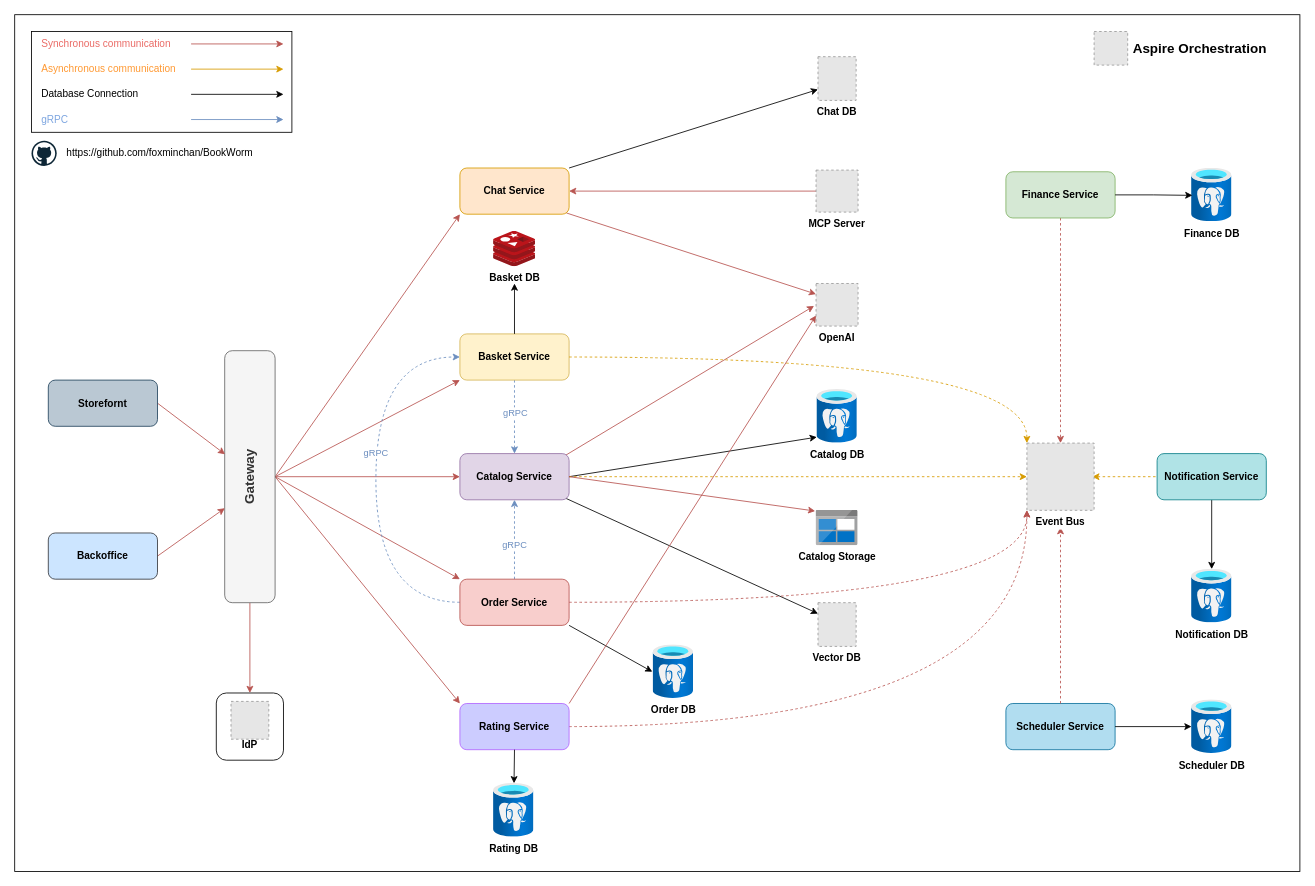
foxminchan/BookWorm keeps this draw.io diagram as assets/BookWorm.drawio. Above is the earlier version. Source tidied: cells renumbered, new cells numbered last; positions are measured from the earlier drawing's top-left corner, leaving out a move shared by most shapes. Both pictures are drawn from the tidied source at 84%, with x=0, y=0 at pixel (14, 14). Pictures stored in the file or linked from it are replaced by grey dashed boxes.
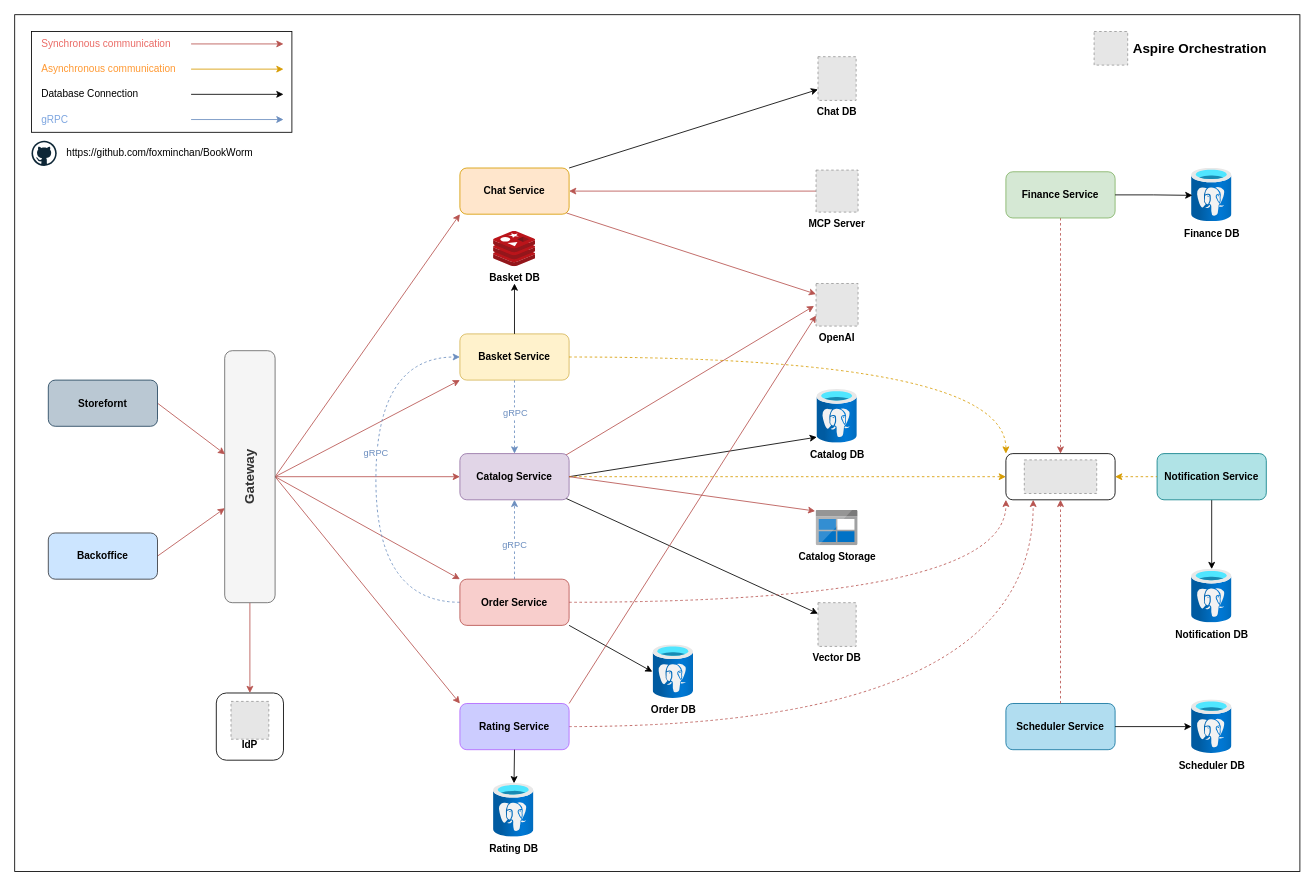
Above is the later version.

The change refers to these unchanged cells:
```xml
<mxCell id="12" value="Catalog Service" style="rounded=1;whiteSpace=wrap;html=1;fontStyle=1;fillColor=#e1d5e7;strokeColor=#9673a6;" parent="1" vertex="1">
  <mxGeometry x="530" y="522.5" width="130" height="55" as="geometry" />
</mxCell>
<mxCell id="18" value="Basket Service" style="rounded=1;whiteSpace=wrap;html=1;fontStyle=1;fillColor=#fff2cc;strokeColor=#d6b656;" parent="1" vertex="1">
  <mxGeometry x="530" y="380" width="130" height="55" as="geometry" />
</mxCell>
<mxCell id="29" value="Finance Service" style="rounded=1;whiteSpace=wrap;html=1;fontStyle=1;fillColor=#d5e8d4;strokeColor=#82b366;" parent="1" vertex="1">
  <mxGeometry x="1180" y="187" width="130" height="55" as="geometry" />
</mxCell>
<mxCell id="30" value="Scheduler Service" style="rounded=1;whiteSpace=wrap;html=1;fontStyle=1;fillColor=#b1ddf0;strokeColor=#10739e;" parent="1" vertex="1">
  <mxGeometry x="1180" y="820" width="130" height="55" as="geometry" />
</mxCell>
<mxCell id="36" value="Notification Service" style="rounded=1;whiteSpace=wrap;html=1;fontStyle=1;fillColor=#b0e3e6;strokeColor=#0e8088;" parent="1" vertex="1">
  <mxGeometry x="1360" y="522.5" width="130" height="55" as="geometry" />
</mxCell>
<mxCell id="46" value="Order Service" style="rounded=1;whiteSpace=wrap;html=1;fontStyle=1;fillColor=#f8cecc;strokeColor=#b85450;" parent="1" vertex="1">
  <mxGeometry x="530" y="672" width="130" height="55" as="geometry" />
</mxCell>
<mxCell id="69" value="Rating Service" style="rounded=1;whiteSpace=wrap;html=1;fontStyle=1;fillColor=#CCCCFF;strokeColor=#B266FF;fontColor=#000000;" parent="1" vertex="1">
  <mxGeometry x="530" y="820" width="130" height="55" as="geometry" />
</mxCell>
```

What changed in the source:
```diff
@@
-    <mxCell id="25" style="edgeStyle=orthogonalEdgeStyle;rounded=0;jettySize=auto;html=1;exitX=1;exitY=0.5;exitDx=0;exitDy=0;entryX=0;entryY=0.5;entryDx=0;entryDy=0;fillColor=#ffe6cc;strokeColor=#d79b00;dashed=1;endArrow=classic;endFill=1;" parent="1" edge="1" source="12" target="62">
+    <mxCell id="25" style="edgeStyle=orthogonalEdgeStyle;rounded=0;jettySize=auto;html=1;exitX=1;exitY=0.5;exitDx=0;exitDy=0;fillColor=#ffe6cc;strokeColor=#d79b00;dashed=1;endArrow=classic;endFill=1;entryX=0;entryY=0.5;entryDx=0;entryDy=0;" parent="1" edge="1" source="12" target="82">
       <mxGeometry relative="1" as="geometry" />
     </mxCell>
-    <mxCell id="26" style="rounded=0;jettySize=auto;html=1;exitX=1;exitY=0.5;exitDx=0;exitDy=0;entryX=0;entryY=0;entryDx=0;entryDy=0;fillColor=#ffe6cc;strokeColor=#d79b00;dashed=1;edgeStyle=orthogonalEdgeStyle;curved=1;endArrow=classic;endFill=1;" parent="1" edge="1" source="18" target="62">
+    <mxCell id="26" style="rounded=0;jettySize=auto;html=1;exitX=1;exitY=0.5;exitDx=0;exitDy=0;fillColor=#ffe6cc;strokeColor=#d79b00;dashed=1;edgeStyle=orthogonalEdgeStyle;curved=1;endArrow=classic;endFill=1;entryX=0;entryY=0;entryDx=0;entryDy=0;" parent="1" edge="1" source="18" target="82">
       <mxGeometry relative="1" as="geometry" />
     </mxCell>
-    <mxCell id="27" style="rounded=0;jettySize=auto;html=1;exitX=1;exitY=0.5;exitDx=0;exitDy=0;fillColor=#f8cecc;strokeColor=#b85450;dashed=1;edgeStyle=orthogonalEdgeStyle;curved=1;entryX=0;entryY=1;entryDx=0;entryDy=0;endArrow=classic;endFill=1;" parent="1" edge="1" source="46" target="62">
+    <mxCell id="27" style="rounded=0;jettySize=auto;html=1;exitX=1;exitY=0.5;exitDx=0;exitDy=0;fillColor=#f8cecc;strokeColor=#b85450;dashed=1;edgeStyle=orthogonalEdgeStyle;curved=1;endArrow=classic;endFill=1;entryX=0;entryY=1;entryDx=0;entryDy=0;" parent="1" edge="1" source="46" target="82">
       <mxGeometry relative="1" as="geometry" />
     </mxCell>
-    <mxCell id="28" style="edgeStyle=orthogonalEdgeStyle;rounded=0;jettySize=auto;html=1;fillColor=#f8cecc;strokeColor=#b85450;dashed=1;exitX=0.5;exitY=1;exitDx=0;exitDy=0;entryX=0.5;entryY=0;entryDx=0;entryDy=0;" parent="1" edge="1" source="29">
-      <mxGeometry relative="1" as="geometry">
-        <mxPoint x="1245" y="510" as="targetPoint" />
-      </mxGeometry>
+    <mxCell id="28" style="edgeStyle=orthogonalEdgeStyle;rounded=0;jettySize=auto;html=1;fillColor=#f8cecc;strokeColor=#b85450;dashed=1;exitX=0.5;exitY=1;exitDx=0;exitDy=0;entryX=0.5;entryY=0;entryDx=0;entryDy=0;" parent="1" edge="1" source="29" target="82">
+      <mxGeometry relative="1" as="geometry" />
     </mxCell>
@@
-    <mxCell id="37" style="endArrow=none;html=1;rounded=0;entryX=0;entryY=0.5;entryDx=0;entryDy=0;exitX=1;exitY=0.5;exitDx=0;exitDy=0;startArrow=classic;startFill=1;fillColor=#ffe6cc;strokeColor=#d79b00;dashed=1;" parent="1" edge="1" target="36">
-      <mxGeometry relative="1" as="geometry">
-        <mxPoint x="1282.8" y="550" as="sourcePoint" />
-      </mxGeometry>
+    <mxCell id="37" style="endArrow=none;html=1;rounded=0;entryX=0;entryY=0.5;entryDx=0;entryDy=0;exitX=1;exitY=0.5;exitDx=0;exitDy=0;startArrow=classic;startFill=1;fillColor=#ffe6cc;strokeColor=#d79b00;dashed=1;" parent="1" edge="1" source="82" target="36">
+      <mxGeometry relative="1" as="geometry" />
     </mxCell>
@@
-    <mxCell id="45" style="edgeStyle=orthogonalEdgeStyle;rounded=0;jettySize=auto;html=1;exitX=0.5;exitY=0;exitDx=0;exitDy=0;fillColor=#f8cecc;strokeColor=#b85450;dashed=1;" parent="1" edge="1" source="30">
-      <mxGeometry relative="1" as="geometry">
-        <mxPoint x="1245" y="610" as="targetPoint" />
-      </mxGeometry>
+    <mxCell id="45" style="edgeStyle=orthogonalEdgeStyle;rounded=0;jettySize=auto;html=1;exitX=0.5;exitY=0;exitDx=0;exitDy=0;fillColor=#f8cecc;strokeColor=#b85450;dashed=1;entryX=0.5;entryY=1;entryDx=0;entryDy=0;" parent="1" edge="1" source="30" target="82">
+      <mxGeometry relative="1" as="geometry" />
     </mxCell>
@@
-    <mxCell id="62" value="Event Bus" style="fillColor=#E6E6E6;strokeColor=#999999;dashed=1;verticalLabelPosition=bottom;labelBackgroundColor=default;verticalAlign=top;fontStyle=1;" parent="1" vertex="1">
-      <mxGeometry x="1205" y="510" width="80" height="80" as="geometry" />
-    </mxCell>
@@
-    <mxCell id="67" style="edgeStyle=orthogonalEdgeStyle;rounded=0;jettySize=auto;html=1;exitX=1;exitY=0.5;exitDx=0;exitDy=0;curved=1;dashed=1;endArrow=classic;endFill=1;strokeColor=#B85450;" parent="1" edge="1" source="69">
-      <mxGeometry relative="1" as="geometry">
-        <mxPoint x="1205" y="590" as="targetPoint" />
-      </mxGeometry>
+    <mxCell id="67" style="edgeStyle=orthogonalEdgeStyle;rounded=0;jettySize=auto;html=1;exitX=1;exitY=0.5;exitDx=0;exitDy=0;curved=1;dashed=1;endArrow=classic;endFill=1;strokeColor=#B85450;entryX=0.25;entryY=1;entryDx=0;entryDy=0;" parent="1" edge="1" source="69" target="82">
+      <mxGeometry relative="1" as="geometry" />
     </mxCell>
@@
+    <mxCell id="81" style="group;" parent="1" vertex="1">
+      <mxGeometry x="1180" y="522.5" width="130" height="55" as="geometry" />
+    </mxCell>
+    <mxCell id="82" style="rounded=1;whiteSpace=wrap;html=1;" parent="81" vertex="1">
+      <mxGeometry width="130" height="55" as="geometry" />
+    </mxCell>
+    <mxCell id="83" style="fillColor=#E6E6E6;strokeColor=#999999;dashed=1;verticalLabelPosition=bottom;labelBackgroundColor=default;verticalAlign=top;" parent="81" vertex="1">
+      <mxGeometry x="21.9" y="7.5" width="86.2" height="40" as="geometry" />
+    </mxCell>
```
